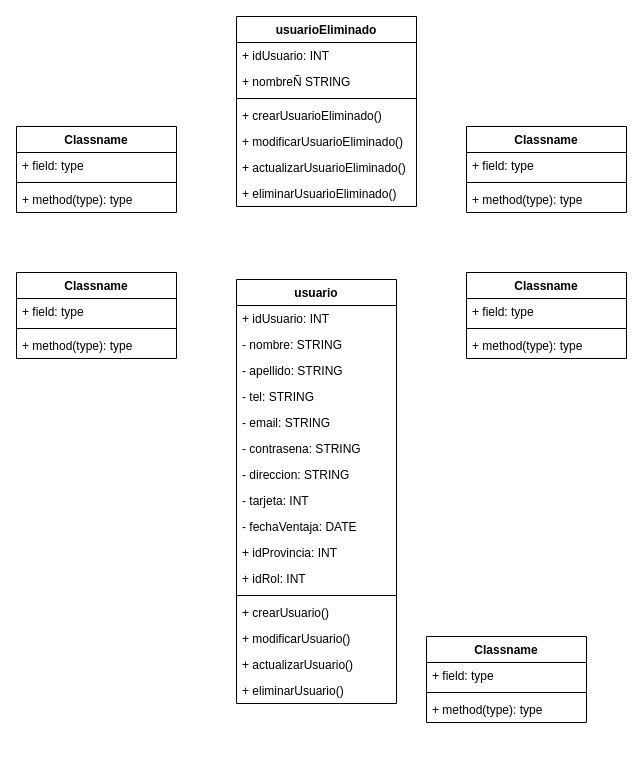
Before: drawIo/Dule_Oracle_Class_Diagram.drawio in TanaStorm/Dule_Oracle, a draw.io diagram. Source tidied: cells renumbered, new cells numbered last; positions are measured from the earlier drawing's top-left corner, leaving out a move shared by most shapes. Both pictures are drawn from the tidied source at 100%, with x=0, y=0 at pixel (16, 16).
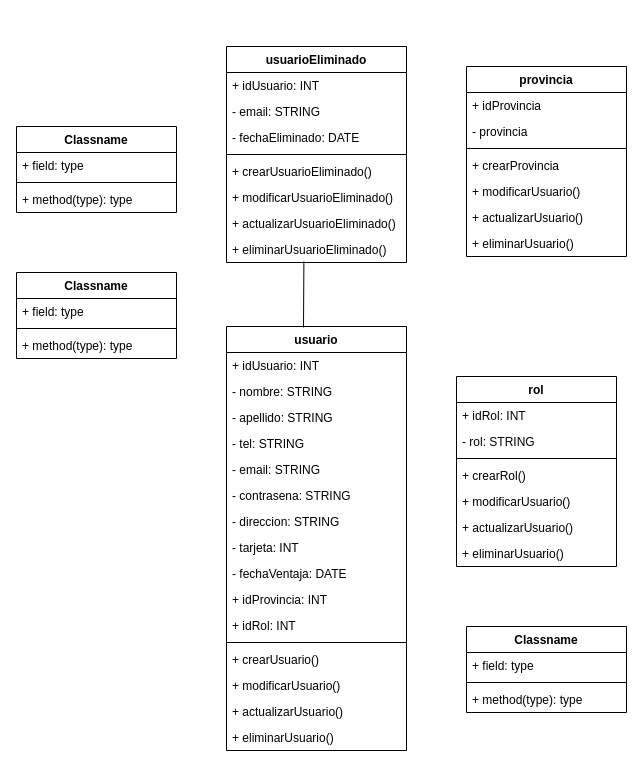
The same page after the edit.

Diff of the diagram source:
```diff
@@
     <mxCell id="2" value="usuarioEliminado" style="swimlane;fontStyle=1;align=center;verticalAlign=top;horizontal=1;startSize=26;" parent="1" vertex="1">
-      <mxGeometry x="220" width="180" height="190" as="geometry" />
+      <mxGeometry x="210" y="30" width="180" height="216" as="geometry" />
     </mxCell>
@@
-    <mxCell id="4" value="+ nombreÑ STRING&#10;" style="text;strokeColor=none;fillColor=none;align=left;verticalAlign=top;spacingLeft=4;spacingRight=4;overflow=hidden;" parent="2" vertex="1">
+    <mxCell id="4" value="- email: STRING&#10;" style="text;strokeColor=none;fillColor=none;align=left;verticalAlign=top;spacingLeft=4;spacingRight=4;overflow=hidden;" parent="2" vertex="1">
       <mxGeometry y="52" width="180" height="26" as="geometry" />
     </mxCell>
+    <mxCell id="47" value="- fechaEliminado: DATE" style="text;strokeColor=none;fillColor=none;align=left;verticalAlign=top;spacingLeft=4;spacingRight=4;overflow=hidden;" parent="2" vertex="1">
+      <mxGeometry y="78" width="180" height="26" as="geometry" />
+    </mxCell>
     <mxCell id="5" style="line;strokeWidth=1;fillColor=none;align=left;verticalAlign=middle;spacingTop=-1;spacingLeft=3;spacingRight=3;labelPosition=right;" parent="2" vertex="1">
-      <mxGeometry y="78" width="180" height="8" as="geometry" />
+      <mxGeometry y="104" width="180" height="8" as="geometry" />
     </mxCell>
     <mxCell id="6" value="+ crearUsuarioEliminado()" style="text;strokeColor=none;fillColor=none;align=left;verticalAlign=top;spacingLeft=4;spacingRight=4;overflow=hidden;" parent="2" vertex="1">
-      <mxGeometry y="86" width="180" height="26" as="geometry" />
+      <mxGeometry y="112" width="180" height="26" as="geometry" />
     </mxCell>
     <mxCell id="7" value="+ modificarUsuarioEliminado()" style="text;strokeColor=none;fillColor=none;align=left;verticalAlign=top;spacingLeft=4;spacingRight=4;overflow=hidden;" parent="2" vertex="1">
-      <mxGeometry y="112" width="180" height="26" as="geometry" />
+      <mxGeometry y="138" width="180" height="26" as="geometry" />
     </mxCell>
     <mxCell id="8" value="+ actualizarUsuarioEliminado()" style="text;strokeColor=none;fillColor=none;align=left;verticalAlign=top;spacingLeft=4;spacingRight=4;overflow=hidden;" parent="2" vertex="1">
-      <mxGeometry y="138" width="180" height="26" as="geometry" />
+      <mxGeometry y="164" width="180" height="26" as="geometry" />
     </mxCell>
     <mxCell id="9" value="+ eliminarUsuarioEliminado()" style="text;strokeColor=none;fillColor=none;align=left;verticalAlign=top;spacingLeft=4;spacingRight=4;overflow=hidden;points=[[0,0.5],[1,0.5]];portConstraint=eastwest;" parent="2" vertex="1">
-      <mxGeometry y="164" width="180" height="26" as="geometry" />
+      <mxGeometry y="190" width="180" height="26" as="geometry" />
     </mxCell>
     <mxCell id="10" value="usuario" style="swimlane;fontStyle=1;align=center;verticalAlign=top;horizontal=1;startSize=26;" parent="1" vertex="1">
-      <mxGeometry x="220" y="263" width="160" height="424" as="geometry" />
+      <mxGeometry x="210" y="310" width="180" height="424" as="geometry" />
     </mxCell>
     <mxCell id="11" value="+ idUsuario: INT" style="text;strokeColor=none;fillColor=none;align=left;verticalAlign=top;spacingLeft=4;spacingRight=4;overflow=hidden;" parent="10" vertex="1">
-      <mxGeometry y="26" width="160" height="26" as="geometry" />
+      <mxGeometry y="26" width="180" height="26" as="geometry" />
     </mxCell>
     <mxCell id="12" value="- nombre: STRING" style="text;strokeColor=none;fillColor=none;align=left;verticalAlign=top;spacingLeft=4;spacingRight=4;overflow=hidden;" parent="10" vertex="1">
-      <mxGeometry y="52" width="160" height="26" as="geometry" />
+      <mxGeometry y="52" width="180" height="26" as="geometry" />
     </mxCell>
     <mxCell id="13" value="- apellido: STRING" style="text;strokeColor=none;fillColor=none;align=left;verticalAlign=top;spacingLeft=4;spacingRight=4;overflow=hidden;" parent="10" vertex="1">
-      <mxGeometry y="78" width="160" height="26" as="geometry" />
+      <mxGeometry y="78" width="180" height="26" as="geometry" />
     </mxCell>
     <mxCell id="14" value="- tel: STRING" style="text;strokeColor=none;fillColor=none;align=left;verticalAlign=top;spacingLeft=4;spacingRight=4;overflow=hidden;" parent="10" vertex="1">
-      <mxGeometry y="104" width="160" height="26" as="geometry" />
+      <mxGeometry y="104" width="180" height="26" as="geometry" />
     </mxCell>
     <mxCell id="15" value="- email: STRING " style="text;strokeColor=none;fillColor=none;align=left;verticalAlign=top;spacingLeft=4;spacingRight=4;overflow=hidden;" parent="10" vertex="1">
-      <mxGeometry y="130" width="160" height="26" as="geometry" />
+      <mxGeometry y="130" width="180" height="26" as="geometry" />
     </mxCell>
     <mxCell id="16" value="- contrasena: STRING" style="text;strokeColor=none;fillColor=none;align=left;verticalAlign=top;spacingLeft=4;spacingRight=4;overflow=hidden;" parent="10" vertex="1">
-      <mxGeometry y="156" width="160" height="26" as="geometry" />
+      <mxGeometry y="156" width="180" height="26" as="geometry" />
     </mxCell>
     <mxCell id="17" value="- direccion: STRING " style="text;strokeColor=none;fillColor=none;align=left;verticalAlign=top;spacingLeft=4;spacingRight=4;overflow=hidden;" parent="10" vertex="1">
-      <mxGeometry y="182" width="160" height="26" as="geometry" />
+      <mxGeometry y="182" width="180" height="26" as="geometry" />
     </mxCell>
     <mxCell id="18" value="- tarjeta: INT " style="text;strokeColor=none;fillColor=none;align=left;verticalAlign=top;spacingLeft=4;spacingRight=4;overflow=hidden;" parent="10" vertex="1">
-      <mxGeometry y="208" width="160" height="26" as="geometry" />
+      <mxGeometry y="208" width="180" height="26" as="geometry" />
     </mxCell>
     <mxCell id="19" value="- fechaVentaja: DATE " style="text;strokeColor=none;fillColor=none;align=left;verticalAlign=top;spacingLeft=4;spacingRight=4;overflow=hidden;" parent="10" vertex="1">
-      <mxGeometry y="234" width="160" height="26" as="geometry" />
+      <mxGeometry y="234" width="180" height="26" as="geometry" />
     </mxCell>
     <mxCell id="20" value="+ idProvincia: INT " style="text;strokeColor=none;fillColor=none;align=left;verticalAlign=top;spacingLeft=4;spacingRight=4;overflow=hidden;" parent="10" vertex="1">
-      <mxGeometry y="260" width="160" height="26" as="geometry" />
+      <mxGeometry y="260" width="180" height="26" as="geometry" />
     </mxCell>
     <mxCell id="21" value="+ idRol: INT" style="text;strokeColor=none;fillColor=none;align=left;verticalAlign=top;spacingLeft=4;spacingRight=4;overflow=hidden;" parent="10" vertex="1">
-      <mxGeometry y="286" width="160" height="26" as="geometry" />
+      <mxGeometry y="286" width="180" height="26" as="geometry" />
     </mxCell>
     <mxCell id="22" style="line;strokeWidth=1;fillColor=none;align=left;verticalAlign=middle;spacingTop=-1;spacingLeft=3;spacingRight=3;labelPosition=right;" parent="10" vertex="1">
-      <mxGeometry y="312" width="160" height="8" as="geometry" />
+      <mxGeometry y="312" width="180" height="8" as="geometry" />
     </mxCell>
     <mxCell id="23" value="+ crearUsuario()" style="text;strokeColor=none;fillColor=none;align=left;verticalAlign=top;spacingLeft=4;spacingRight=4;overflow=hidden;" parent="10" vertex="1">
-      <mxGeometry y="320" width="160" height="26" as="geometry" />
+      <mxGeometry y="320" width="180" height="26" as="geometry" />
     </mxCell>
     <mxCell id="24" value="+ modificarUsuario()" style="text;strokeColor=none;fillColor=none;align=left;verticalAlign=top;spacingLeft=4;spacingRight=4;overflow=hidden;" parent="10" vertex="1">
-      <mxGeometry y="346" width="160" height="26" as="geometry" />
+      <mxGeometry y="346" width="180" height="26" as="geometry" />
     </mxCell>
     <mxCell id="25" value="+ actualizarUsuario()" style="text;strokeColor=none;fillColor=none;align=left;verticalAlign=top;spacingLeft=4;spacingRight=4;overflow=hidden;" parent="10" vertex="1">
-      <mxGeometry y="372" width="160" height="26" as="geometry" />
+      <mxGeometry y="372" width="180" height="26" as="geometry" />
     </mxCell>
     <mxCell id="26" value="+ eliminarUsuario()" style="text;strokeColor=none;fillColor=none;align=left;verticalAlign=top;spacingLeft=4;spacingRight=4;overflow=hidden;" parent="10" vertex="1">
-      <mxGeometry y="398" width="160" height="26" as="geometry" />
+      <mxGeometry y="398" width="180" height="26" as="geometry" />
     </mxCell>
     <mxCell id="27" value="Classname" style="swimlane;fontStyle=1;align=center;verticalAlign=top;horizontal=1;startSize=26;" parent="1" vertex="1">
-      <mxGeometry x="410" y="620" width="160" height="86" as="geometry" />
+      <mxGeometry x="450" y="610" width="160" height="86" as="geometry" />
     </mxCell>
@@
-    <mxCell id="39" value="Classname" style="swimlane;fontStyle=1;align=center;verticalAlign=top;horizontal=1;startSize=26;" parent="1" vertex="1">
-      <mxGeometry x="450" y="110" width="160" height="86" as="geometry" />
+    <mxCell id="39" value="provincia" style="swimlane;fontStyle=1;align=center;verticalAlign=top;horizontal=1;startSize=26;" parent="1" vertex="1">
+      <mxGeometry x="450" y="50" width="160" height="190" as="geometry" />
     </mxCell>
-    <mxCell id="40" value="+ field: type" style="text;strokeColor=none;fillColor=none;align=left;verticalAlign=top;spacingLeft=4;spacingRight=4;overflow=hidden;" parent="39" vertex="1">
+    <mxCell id="40" value="+ idProvincia" style="text;strokeColor=none;fillColor=none;align=left;verticalAlign=top;spacingLeft=4;spacingRight=4;overflow=hidden;" parent="39" vertex="1">
       <mxGeometry y="26" width="160" height="26" as="geometry" />
     </mxCell>
+    <mxCell id="48" value="- provincia" style="text;strokeColor=none;fillColor=none;align=left;verticalAlign=top;spacingLeft=4;spacingRight=4;overflow=hidden;" parent="39" vertex="1">
+      <mxGeometry y="52" width="160" height="26" as="geometry" />
+    </mxCell>
     <mxCell id="41" style="line;strokeWidth=1;fillColor=none;align=left;verticalAlign=middle;spacingTop=-1;spacingLeft=3;spacingRight=3;labelPosition=right;" parent="39" vertex="1">
-      <mxGeometry y="52" width="160" height="8" as="geometry" />
+      <mxGeometry y="78" width="160" height="8" as="geometry" />
     </mxCell>
-    <mxCell id="42" value="+ method(type): type" style="text;strokeColor=none;fillColor=none;align=left;verticalAlign=top;spacingLeft=4;spacingRight=4;overflow=hidden;" parent="39" vertex="1">
-      <mxGeometry y="60" width="160" height="26" as="geometry" />
+    <mxCell id="42" value="+ crearProvincia" style="text;strokeColor=none;fillColor=none;align=left;verticalAlign=top;spacingLeft=4;spacingRight=4;overflow=hidden;" parent="39" vertex="1">
+      <mxGeometry y="86" width="160" height="26" as="geometry" />
     </mxCell>
+    <mxCell id="49" value="+ modificarUsuario()" style="text;strokeColor=none;fillColor=none;align=left;verticalAlign=top;spacingLeft=4;spacingRight=4;overflow=hidden;" parent="39" vertex="1">
+      <mxGeometry y="112" width="160" height="26" as="geometry" />
+    </mxCell>
+    <mxCell id="50" value="+ actualizarUsuario()" style="text;strokeColor=none;fillColor=none;align=left;verticalAlign=top;spacingLeft=4;spacingRight=4;overflow=hidden;" parent="39" vertex="1">
+      <mxGeometry y="138" width="160" height="26" as="geometry" />
+    </mxCell>
+    <mxCell id="51" value="+ eliminarUsuario()" style="text;strokeColor=none;fillColor=none;align=left;verticalAlign=top;spacingLeft=4;spacingRight=4;overflow=hidden;" parent="39" vertex="1">
+      <mxGeometry y="164" width="160" height="26" as="geometry" />
+    </mxCell>
-    <mxCell id="43" value="Classname" style="swimlane;fontStyle=1;align=center;verticalAlign=top;horizontal=1;startSize=26;" parent="1" vertex="1">
-      <mxGeometry x="450" y="256" width="160" height="86" as="geometry" />
+    <mxCell id="43" value="rol" style="swimlane;fontStyle=1;align=center;verticalAlign=top;horizontal=1;startSize=26;" parent="1" vertex="1">
+      <mxGeometry x="440" y="360" width="160" height="190" as="geometry" />
     </mxCell>
-    <mxCell id="44" value="+ field: type" style="text;strokeColor=none;fillColor=none;align=left;verticalAlign=top;spacingLeft=4;spacingRight=4;overflow=hidden;" parent="43" vertex="1">
+    <mxCell id="44" value="+ idRol: INT" style="text;strokeColor=none;fillColor=none;align=left;verticalAlign=top;spacingLeft=4;spacingRight=4;overflow=hidden;" parent="43" vertex="1">
       <mxGeometry y="26" width="160" height="26" as="geometry" />
     </mxCell>
+    <mxCell id="52" value="- rol: STRING" style="text;strokeColor=none;fillColor=none;align=left;verticalAlign=top;spacingLeft=4;spacingRight=4;overflow=hidden;" parent="43" vertex="1">
+      <mxGeometry y="52" width="160" height="26" as="geometry" />
+    </mxCell>
     <mxCell id="45" style="line;strokeWidth=1;fillColor=none;align=left;verticalAlign=middle;spacingTop=-1;spacingLeft=3;spacingRight=3;labelPosition=right;" parent="43" vertex="1">
-      <mxGeometry y="52" width="160" height="8" as="geometry" />
+      <mxGeometry y="78" width="160" height="8" as="geometry" />
     </mxCell>
-    <mxCell id="46" value="+ method(type): type" style="text;strokeColor=none;fillColor=none;align=left;verticalAlign=top;spacingLeft=4;spacingRight=4;overflow=hidden;" parent="43" vertex="1">
-      <mxGeometry y="60" width="160" height="26" as="geometry" />
+    <mxCell id="46" value="+ crearRol()" style="text;strokeColor=none;fillColor=none;align=left;verticalAlign=top;spacingLeft=4;spacingRight=4;overflow=hidden;" parent="43" vertex="1">
+      <mxGeometry y="86" width="160" height="26" as="geometry" />
     </mxCell>
+    <mxCell id="53" value="+ modificarUsuario()" style="text;strokeColor=none;fillColor=none;align=left;verticalAlign=top;spacingLeft=4;spacingRight=4;overflow=hidden;" parent="43" vertex="1">
+      <mxGeometry y="112" width="160" height="26" as="geometry" />
+    </mxCell>
+    <mxCell id="54" value="+ actualizarUsuario()" style="text;strokeColor=none;fillColor=none;align=left;verticalAlign=top;spacingLeft=4;spacingRight=4;overflow=hidden;" parent="43" vertex="1">
+      <mxGeometry y="138" width="160" height="26" as="geometry" />
+    </mxCell>
+    <mxCell id="55" value="+ eliminarUsuario()" style="text;strokeColor=none;fillColor=none;align=left;verticalAlign=top;spacingLeft=4;spacingRight=4;overflow=hidden;" parent="43" vertex="1">
+      <mxGeometry y="164" width="160" height="26" as="geometry" />
+    </mxCell>
+    <mxCell id="56" style="endArrow=none;html=1;edgeStyle=orthogonalEdgeStyle;entryX=0.43;entryY=0.959;entryDx=0;entryDy=0;entryPerimeter=0;" parent="1" edge="1" target="9">
+      <mxGeometry relative="1" as="geometry">
+        <mxPoint x="287" y="311" as="sourcePoint" />
+        <Array as="points">
+          <mxPoint x="287" y="311" />
+        </Array>
+      </mxGeometry>
+    </mxCell>
```
